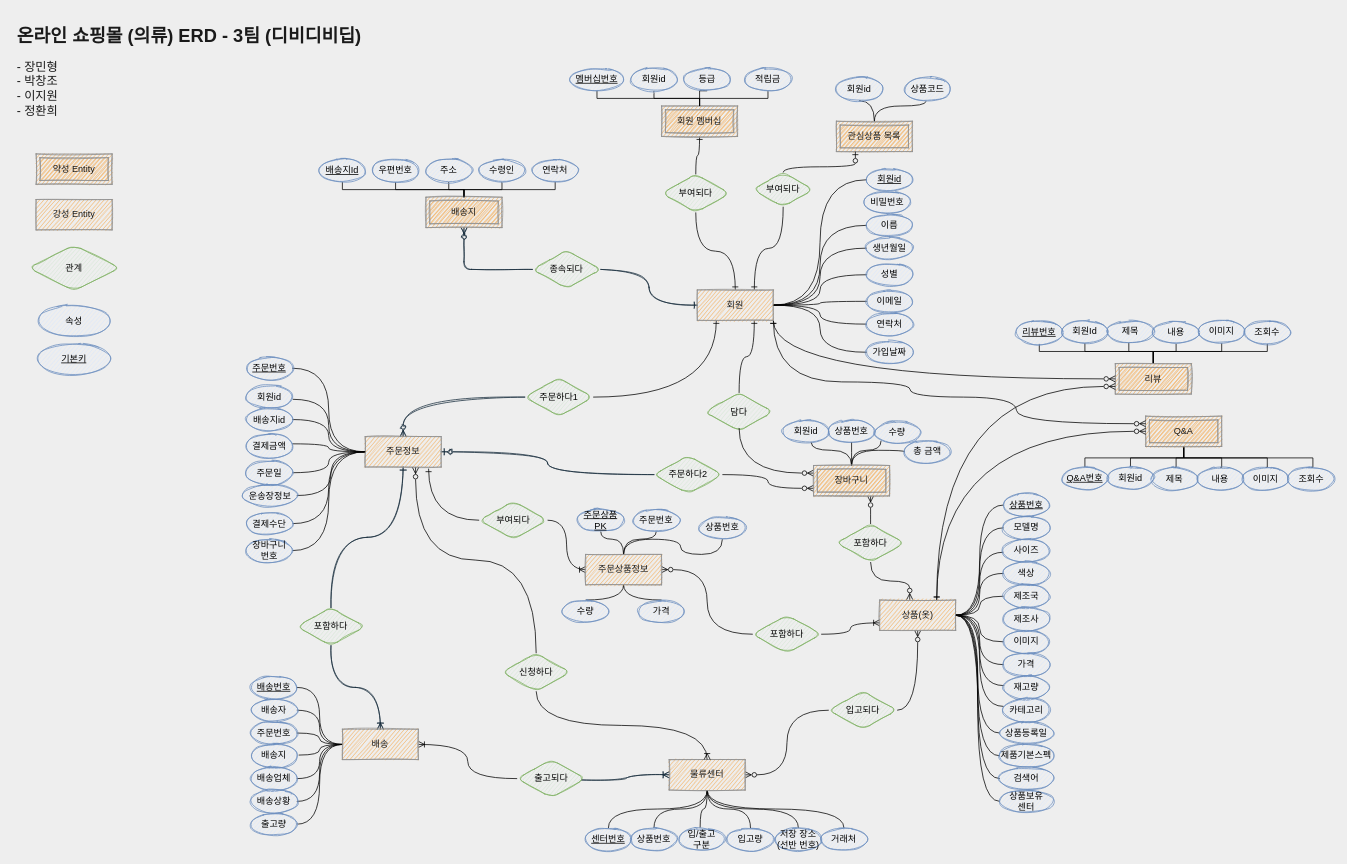
pcjo1202/DataBase-design keeps this draw.io diagram as page "페이지-2" (2 of 3) of Untitled Diagram.drawio. Above is the earlier version. Source tidied: cells renumbered, new cells numbered last; positions are measured from the earlier drawing's top-left corner, leaving out a move shared by most shapes. Both pictures are drawn from the tidied source at 76%, with x=0, y=0 at pixel (13, 21).
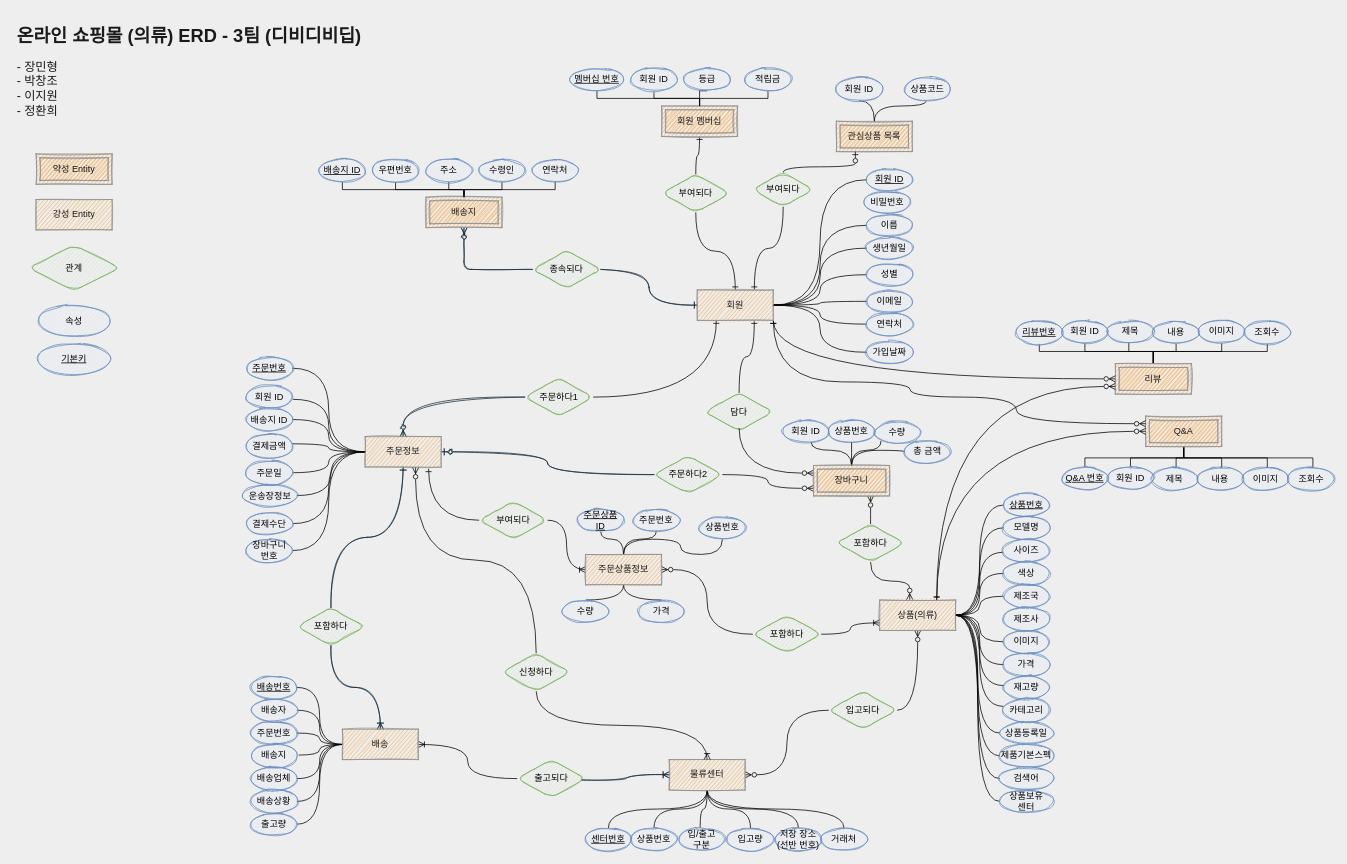
The same diagram, later.

What changed in the source:
```diff
@@
-    <mxCell id="95" value="상품(옷)" style="whiteSpace=wrap;html=1;align=center;rounded=0;sketch=1;fontColor=#1A1A1A;strokeColor=#909090;fillColor=#F5AB50;direction=west;" parent="1" vertex="1">
+    <mxCell id="95" value="상품(의류)" style="whiteSpace=wrap;html=1;align=center;rounded=0;sketch=1;fontColor=#1A1A1A;strokeColor=#909090;fillColor=#F5AB50;direction=west;" parent="1" vertex="1">
       <mxGeometry x="1140" y="762" width="100" height="40" as="geometry" />
     </mxCell>
@@
-    <mxCell id="112" value="배송지Id" style="ellipse;whiteSpace=wrap;html=1;align=center;fontStyle=4;rounded=0;sketch=1;strokeColor=#6c8ebf;fillColor=#dae8fc;" parent="1" vertex="1">
+    <mxCell id="112" value="배송지 ID" style="ellipse;whiteSpace=wrap;html=1;align=center;fontStyle=4;rounded=0;sketch=1;strokeColor=#6c8ebf;fillColor=#dae8fc;" parent="1" vertex="1">
       <mxGeometry x="403" y="182" width="60" height="30" as="geometry" />
     </mxCell>
@@
-    <mxCell id="120" value="멤버십번호" style="ellipse;whiteSpace=wrap;html=1;align=center;fontStyle=4;rounded=0;sketch=1;strokeColor=#6c8ebf;fillColor=#dae8fc;" parent="1" vertex="1">
+    <mxCell id="120" value="멤버십 번호" style="ellipse;whiteSpace=wrap;html=1;align=center;fontStyle=4;rounded=0;sketch=1;strokeColor=#6c8ebf;fillColor=#dae8fc;" parent="1" vertex="1">
       <mxGeometry x="733" y="62" width="70" height="30" as="geometry" />
     </mxCell>
@@
-    <mxCell id="130" value="회원id" style="ellipse;whiteSpace=wrap;html=1;align=center;rounded=0;sketch=1;strokeColor=#6c8ebf;fillColor=#dae8fc;" parent="1" vertex="1">
+    <mxCell id="130" value="회원 ID" style="ellipse;whiteSpace=wrap;html=1;align=center;rounded=0;sketch=1;strokeColor=#6c8ebf;fillColor=#dae8fc;" parent="1" vertex="1">
       <mxGeometry x="813" y="62" width="60" height="30" as="geometry" />
     </mxCell>
@@
-    <mxCell id="132" value="회원id" style="ellipse;whiteSpace=wrap;html=1;align=center;rounded=0;sketch=1;strokeColor=#6c8ebf;fillColor=#dae8fc;" parent="1" vertex="1">
+    <mxCell id="132" value="회원 ID" style="ellipse;whiteSpace=wrap;html=1;align=center;rounded=0;sketch=1;strokeColor=#6c8ebf;fillColor=#dae8fc;" parent="1" vertex="1">
       <mxGeometry x="1083" y="75" width="60" height="30" as="geometry" />
     </mxCell>
-    <mxCell id="133" value="회원id" style="ellipse;whiteSpace=wrap;html=1;align=center;fontStyle=4;rounded=0;sketch=1;strokeColor=#6c8ebf;fillColor=#dae8fc;" parent="1" vertex="1">
+    <mxCell id="133" value="회원 ID" style="ellipse;whiteSpace=wrap;html=1;align=center;fontStyle=4;rounded=0;sketch=1;strokeColor=#6c8ebf;fillColor=#dae8fc;" parent="1" vertex="1">
       <mxGeometry x="1123" y="194" width="60" height="30" as="geometry" />
     </mxCell>
@@
-    <mxCell id="143" value="배송지id" style="ellipse;whiteSpace=wrap;html=1;align=center;rounded=0;sketch=1;strokeColor=#6c8ebf;fillColor=#dae8fc;" parent="1" vertex="1">
+    <mxCell id="143" value="배송지 ID" style="ellipse;whiteSpace=wrap;html=1;align=center;rounded=0;sketch=1;strokeColor=#6c8ebf;fillColor=#dae8fc;" parent="1" vertex="1">
       <mxGeometry x="307" y="509.5" width="60" height="30" as="geometry" />
     </mxCell>
-    <mxCell id="144" value="회원id" style="ellipse;whiteSpace=wrap;html=1;align=center;rounded=0;sketch=1;strokeColor=#6c8ebf;fillColor=#dae8fc;" parent="1" vertex="1">
+    <mxCell id="144" value="회원 ID" style="ellipse;whiteSpace=wrap;html=1;align=center;rounded=0;sketch=1;strokeColor=#6c8ebf;fillColor=#dae8fc;" parent="1" vertex="1">
       <mxGeometry x="307" y="479.5" width="60" height="30" as="geometry" />
     </mxCell>
@@
-    <mxCell id="153" value="주문상품PK" style="ellipse;whiteSpace=wrap;html=1;align=center;fontStyle=4;rounded=0;sketch=1;strokeColor=#6c8ebf;fillColor=#dae8fc;" parent="1" vertex="1">
+    <mxCell id="153" value="주문상품 ID" style="ellipse;whiteSpace=wrap;html=1;align=center;fontStyle=4;rounded=0;sketch=1;strokeColor=#6c8ebf;fillColor=#dae8fc;" parent="1" vertex="1">
       <mxGeometry x="743" y="642" width="60" height="30" as="geometry" />
     </mxCell>
@@
-    <mxCell id="165" value="회원id" style="ellipse;whiteSpace=wrap;html=1;align=center;rounded=0;sketch=1;strokeColor=#6c8ebf;fillColor=#dae8fc;" parent="1" vertex="1">
+    <mxCell id="165" value="회원 ID" style="ellipse;whiteSpace=wrap;html=1;align=center;rounded=0;sketch=1;strokeColor=#6c8ebf;fillColor=#dae8fc;" parent="1" vertex="1">
       <mxGeometry x="1013" y="525" width="60" height="30" as="geometry" />
     </mxCell>
@@
-    <mxCell id="198" value="Q&amp;amp;A번호" style="ellipse;whiteSpace=wrap;html=1;align=center;fontStyle=4;rounded=0;sketch=1;strokeColor=#6c8ebf;fillColor=#dae8fc;" parent="1" vertex="1">
+    <mxCell id="198" value="Q&amp;amp;A 번호" style="ellipse;whiteSpace=wrap;html=1;align=center;fontStyle=4;rounded=0;sketch=1;strokeColor=#6c8ebf;fillColor=#dae8fc;" parent="1" vertex="1">
       <mxGeometry x="1380" y="587" width="60" height="30" as="geometry" />
     </mxCell>
@@
-    <mxCell id="208" value="회원Id" style="ellipse;whiteSpace=wrap;html=1;align=center;rounded=0;sketch=1;strokeColor=#6c8ebf;fillColor=#dae8fc;" parent="1" vertex="1">
+    <mxCell id="208" value="회원 ID" style="ellipse;whiteSpace=wrap;html=1;align=center;rounded=0;sketch=1;strokeColor=#6c8ebf;fillColor=#dae8fc;" parent="1" vertex="1">
       <mxGeometry x="1380" y="394" width="60" height="30" as="geometry" />
     </mxCell>
-    <mxCell id="209" value="회원id" style="ellipse;whiteSpace=wrap;html=1;align=center;rounded=0;sketch=1;strokeColor=#6c8ebf;fillColor=#dae8fc;" parent="1" vertex="1">
+    <mxCell id="209" value="회원 ID" style="ellipse;whiteSpace=wrap;html=1;align=center;rounded=0;sketch=1;strokeColor=#6c8ebf;fillColor=#dae8fc;" parent="1" vertex="1">
       <mxGeometry x="1440" y="587" width="60" height="30" as="geometry" />
     </mxCell>
```
